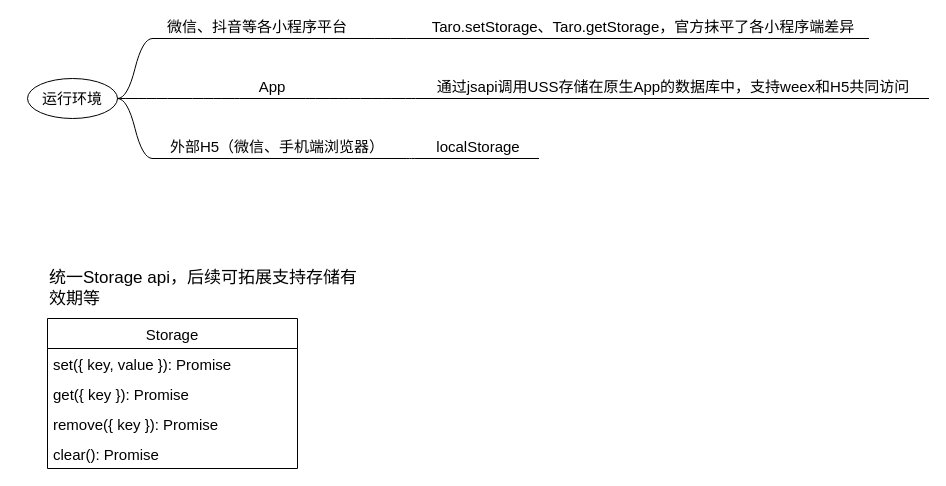
Above: 跨端存储.drawio in Rainbow-556/TechProposal (draw.io), before the change. Source tidied: cells renumbered, new cells numbered last; positions are measured from the earlier drawing's top-left corner, leaving out a move shared by most shapes. Both pictures are drawn from the tidied source at 100%, with x=0, y=0 at pixel (27, 18).
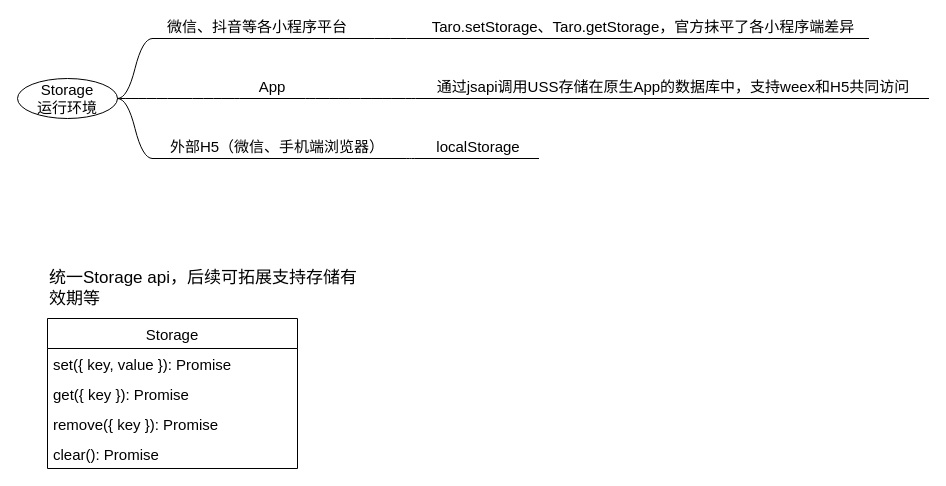
The same page after the edit.

Diff of the diagram source:
```diff
@@
-    <mxCell id="2" value="运行环境" style="ellipse;whiteSpace=wrap;html=1;align=center;newEdgeStyle={&quot;edgeStyle&quot;:&quot;entityRelationEdgeStyle&quot;,&quot;startArrow&quot;:&quot;none&quot;,&quot;endArrow&quot;:&quot;none&quot;,&quot;segment&quot;:10,&quot;curved&quot;:1};fontSize=15;" parent="1" vertex="1">
-      <mxGeometry y="60" width="90" height="40" as="geometry" />
+    <mxCell id="2" value="Storage&lt;br&gt;运行环境" style="ellipse;whiteSpace=wrap;html=1;align=center;newEdgeStyle={&quot;edgeStyle&quot;:&quot;entityRelationEdgeStyle&quot;,&quot;startArrow&quot;:&quot;none&quot;,&quot;endArrow&quot;:&quot;none&quot;,&quot;segment&quot;:10,&quot;curved&quot;:1};fontSize=15;" parent="1" vertex="1">
+      <mxGeometry x="-10" y="60" width="100" height="40" as="geometry" />
     </mxCell>
```
